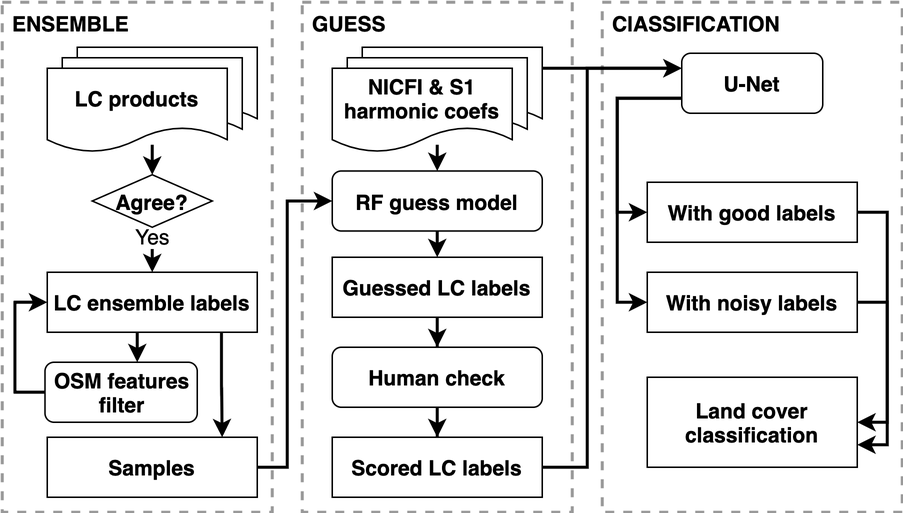
The draw.io diagram docs/figures/hrlcm_flowchart.png in LLeiSong/hrlcm, before a commit. Source tidied: cells renumbered, new cells last; positions are measured from the earlier drawing's top-left corner, leaving out a move shared by most shapes.
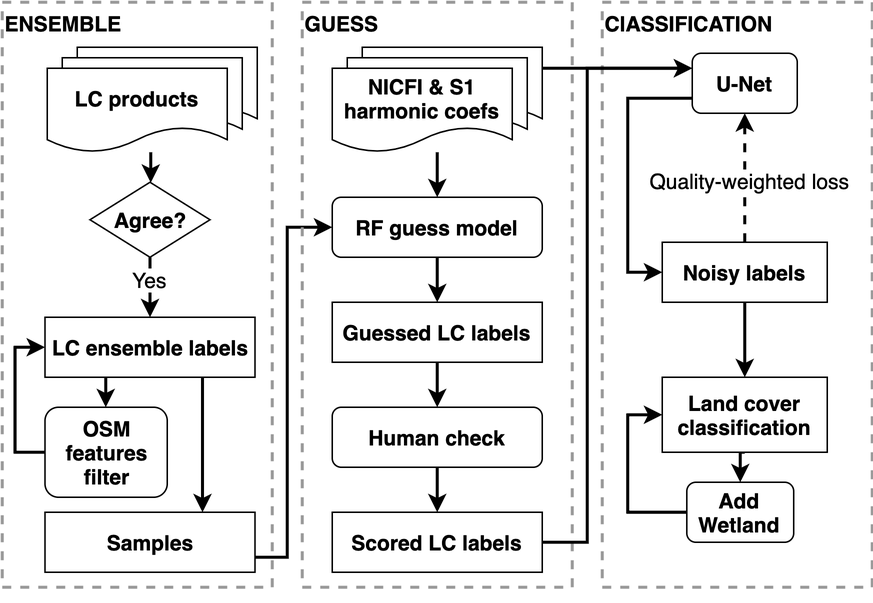
The same diagram one commit later.

The edit, as a diff of the source:
```diff
@@ -2,48 +2,99 @@
   <root>
     <mxCell id="0" />
     <mxCell id="1" parent="0" />
-    <mxCell id="2" value="ClASSIFICATION" style="rounded=0;whiteSpace=wrap;html=1;fontSize=14;align=left;verticalAlign=top;dashed=1;fontColor=#000000;fillColor=none;strokeWidth=2;fontStyle=1;strokeColor=#999999;spacingLeft=5;" parent="1" vertex="1">
-      <mxGeometry x="400" width="200" height="340" as="geometry" />
+    <mxCell id="2" value="ClASSIFICATION" style="rounded=0;whiteSpace=wrap;html=1;fontSize=14;align=left;verticalAlign=top;dashed=1;fontColor=#000000;fillColor=none;strokeWidth=2;fontStyle=1;strokeColor=#999999;" parent="1" vertex="1">
+      <mxGeometry x="400" width="180" height="390" as="geometry" />
     </mxCell>
     <mxCell id="3" style="edgeStyle=orthogonalEdgeStyle;rounded=0;jettySize=auto;html=1;fontSize=14;strokeWidth=2;entryX=0;entryY=0.5;entryDx=0;entryDy=0;" parent="1" edge="1" source="5" target="32">
       <mxGeometry relative="1" as="geometry">
         <Array as="points">
-          <mxPoint x="190" y="310" />
-          <mxPoint x="190" y="133" />
-          <mxPoint x="220" y="133" />
+          <mxPoint x="190" y="370" />
+          <mxPoint x="190" y="150" />
         </Array>
       </mxGeometry>
     </mxCell>
+    <mxCell id="41" style="group;" parent="1" vertex="1">
+      <mxGeometry x="220" y="30" width="170" height="370" as="geometry" />
+    </mxCell>
+    <mxCell id="26" value="GUESS" style="rounded=0;whiteSpace=wrap;html=1;fontSize=14;align=left;verticalAlign=top;dashed=1;fontColor=#000000;fillColor=none;strokeWidth=2;fontStyle=1;strokeColor=#999999;" parent="41" vertex="1">
+      <mxGeometry x="-20" y="-30" width="180" height="390" as="geometry" />
+    </mxCell>
+    <mxCell id="28" style="shape=document;whiteSpace=wrap;html=1;boundedLbl=1;" parent="41" vertex="1">
+      <mxGeometry x="20" width="120" height="56" as="geometry" />
+    </mxCell>
+    <mxCell id="29" style="shape=document;whiteSpace=wrap;html=1;boundedLbl=1;" parent="41" vertex="1">
+      <mxGeometry x="10" y="7" width="120" height="56" as="geometry" />
+    </mxCell>
+    <mxCell id="30" value="NICFI &amp;amp; S1 harmonic coefs" style="shape=document;whiteSpace=wrap;html=1;boundedLbl=1;fontSize=14;fontStyle=1;" parent="41" vertex="1">
+      <mxGeometry y="14" width="120" height="56" as="geometry" />
+    </mxCell>
+    <mxCell id="31" style="edgeStyle=orthogonalEdgeStyle;rounded=0;jettySize=auto;html=1;fontSize=14;strokeWidth=2;" parent="1" edge="1" source="32" target="34">
+      <mxGeometry relative="1" as="geometry" />
+    </mxCell>
+    <mxCell id="32" value="RF guess model" style="rounded=1;whiteSpace=wrap;html=1;fontSize=14;fontStyle=1;" parent="1" vertex="1">
+      <mxGeometry x="220" y="130" width="140" height="40" as="geometry" />
+    </mxCell>
+    <mxCell id="33" style="edgeStyle=orthogonalEdgeStyle;rounded=0;jettySize=auto;html=1;fontSize=14;strokeWidth=2;" parent="1" edge="1" source="30" target="32">
+      <mxGeometry relative="1" as="geometry">
+        <Array as="points">
+          <mxPoint x="290" y="110" />
+          <mxPoint x="290" y="110" />
+        </Array>
+      </mxGeometry>
+    </mxCell>
+    <mxCell id="39" style="edgeStyle=orthogonalEdgeStyle;rounded=0;jettySize=auto;html=1;fontSize=14;strokeWidth=2;" parent="1" edge="1" source="35" target="38">
+      <mxGeometry relative="1" as="geometry" />
+    </mxCell>
+    <mxCell id="35" value="Human check" style="rounded=1;whiteSpace=wrap;html=1;fontSize=14;fontStyle=1;" parent="1" vertex="1">
+      <mxGeometry x="220" y="270" width="140" height="40" as="geometry" />
+    </mxCell>
+    <mxCell id="36" style="edgeStyle=orthogonalEdgeStyle;rounded=0;jettySize=auto;html=1;fontSize=14;strokeWidth=2;" parent="1" edge="1" source="34" target="35">
+      <mxGeometry relative="1" as="geometry" />
+    </mxCell>
+    <mxCell id="34" value="Guessed LC labels" style="rounded=0;whiteSpace=wrap;html=1;fontSize=14;fontStyle=1;" parent="1" vertex="1">
+      <mxGeometry x="220" y="200" width="140" height="40" as="geometry" />
+    </mxCell>
+    <mxCell id="37" style="edgeStyle=orthogonalEdgeStyle;rounded=0;jettySize=auto;html=1;exitX=1;exitY=0.5;exitDx=0;exitDy=0;entryX=0;entryY=0.25;entryDx=0;entryDy=0;fontSize=14;strokeWidth=2;" parent="1" edge="1" source="38" target="20">
+      <mxGeometry relative="1" as="geometry">
+        <Array as="points">
+          <mxPoint x="390" y="360" />
+          <mxPoint x="390" y="44" />
+        </Array>
+      </mxGeometry>
+    </mxCell>
+    <mxCell id="38" value="Scored LC labels" style="rounded=0;whiteSpace=wrap;html=1;fontSize=14;fontStyle=1;" parent="1" vertex="1">
+      <mxGeometry x="220" y="340" width="140" height="40" as="geometry" />
+    </mxCell>
-    <mxCell id="4" value="ENSEMBLE" style="rounded=0;whiteSpace=wrap;html=1;fontSize=14;align=left;verticalAlign=top;dashed=1;fontColor=#000000;fillColor=none;strokeWidth=2;fontStyle=1;strokeColor=#999999;spacingLeft=5;" parent="1" vertex="1">
-      <mxGeometry width="180" height="340" as="geometry" />
+    <mxCell id="4" value="ENSEMBLE" style="rounded=0;whiteSpace=wrap;html=1;fontSize=14;align=left;verticalAlign=top;dashed=1;fontColor=#000000;fillColor=none;strokeWidth=2;fontStyle=1;strokeColor=#999999;" parent="1" vertex="1">
+      <mxGeometry width="180" height="390" as="geometry" />
     </mxCell>
     <mxCell id="5" value="Samples" style="rounded=0;whiteSpace=wrap;html=1;fontSize=14;fontStyle=1;" parent="1" vertex="1">
-      <mxGeometry x="30" y="290" width="140" height="40" as="geometry" />
+      <mxGeometry x="28.5" y="340" width="140" height="40" as="geometry" />
     </mxCell>
     <mxCell id="6" style="edgeStyle=orthogonalEdgeStyle;rounded=0;jettySize=auto;html=1;fontSize=14;strokeWidth=2;" parent="1" edge="1" source="8" target="17">
       <mxGeometry relative="1" as="geometry">
         <Array as="points">
-          <mxPoint x="90" y="230" />
-          <mxPoint x="90" y="230" />
+          <mxPoint x="69" y="260" />
+          <mxPoint x="69" y="260" />
         </Array>
       </mxGeometry>
     </mxCell>
-    <mxCell id="7" style="edgeStyle=orthogonalEdgeStyle;rounded=0;jettySize=auto;html=1;exitX=0.83;exitY=0.979;exitDx=0;exitDy=0;strokeWidth=2;exitPerimeter=0;entryX=0.833;entryY=0;entryDx=0;entryDy=0;entryPerimeter=0;" parent="1" edge="1" source="8" target="5">
+    <mxCell id="7" style="edgeStyle=orthogonalEdgeStyle;rounded=0;jettySize=auto;html=1;fontSize=14;strokeWidth=2;entryX=0.75;entryY=0;entryDx=0;entryDy=0;exitX=0.75;exitY=1;exitDx=0;exitDy=0;" parent="1" edge="1" source="8" target="5">
       <mxGeometry relative="1" as="geometry" />
     </mxCell>
     <mxCell id="8" value="LC ensemble labels" style="rounded=0;whiteSpace=wrap;html=1;fontSize=14;fontStyle=1;" parent="1" vertex="1">
-      <mxGeometry x="30" y="180" width="140" height="40" as="geometry" />
+      <mxGeometry x="28.5" y="210" width="140" height="40" as="geometry" />
     </mxCell>
     <mxCell id="9" style="edgeStyle=orthogonalEdgeStyle;rounded=0;jettySize=auto;html=1;fontSize=14;strokeWidth=2;" parent="1" edge="1" source="11" target="8">
       <mxGeometry relative="1" as="geometry" />
     </mxCell>
     <mxCell id="10" value="Yes" style="edgeLabel;html=1;align=center;verticalAlign=middle;fontSize=14;" parent="9" vertex="1">
       <mxGeometry x="0.2" y="-1" relative="1" as="geometry">
-        <mxPoint y="-5" as="offset" />
+        <mxPoint y="-10" as="offset" />
       </mxGeometry>
     </mxCell>
     <mxCell id="11" value="Agree?" style="rhombus;whiteSpace=wrap;html=1;fontSize=14;strokeWidth=1;fillColor=none;fontStyle=1;" parent="1" vertex="1">
-      <mxGeometry x="60" y="115" width="80" height="35" as="geometry" />
+      <mxGeometry x="58.5" y="120" width="80" height="50" as="geometry" />
     </mxCell>
     <mxCell id="12" style="group;" parent="1" vertex="1">
       <mxGeometry x="30" y="30" width="140" height="70" as="geometry" />
@@ -57,107 +108,62 @@
     <mxCell id="15" value="LC products" style="shape=document;whiteSpace=wrap;html=1;boundedLbl=1;fontSize=14;fontStyle=1;" parent="12" vertex="1">
       <mxGeometry y="14" width="120" height="56" as="geometry" />
     </mxCell>
+    <mxCell id="42" style="edgeStyle=orthogonalEdgeStyle;rounded=0;jettySize=auto;html=1;fontSize=14;strokeWidth=2;" parent="1" edge="1" source="15" target="11">
+      <mxGeometry relative="1" as="geometry">
+        <Array as="points">
+          <mxPoint x="99" y="110" />
+          <mxPoint x="99" y="110" />
+        </Array>
+      </mxGeometry>
+    </mxCell>
     <mxCell id="16" style="edgeStyle=orthogonalEdgeStyle;rounded=0;jettySize=auto;html=1;exitX=0;exitY=0.5;exitDx=0;exitDy=0;entryX=0;entryY=0.5;entryDx=0;entryDy=0;fontSize=14;strokeWidth=2;" parent="1" edge="1" source="17" target="8">
       <mxGeometry relative="1" as="geometry" />
     </mxCell>
     <mxCell id="17" value="OSM features filter" style="rounded=1;whiteSpace=wrap;html=1;fontSize=14;fontStyle=1;" parent="1" vertex="1">
-      <mxGeometry x="28.5" y="240" width="101.5" height="40" as="geometry" />
+      <mxGeometry x="28.5" y="270" width="81.5" height="60" as="geometry" />
     </mxCell>
     <mxCell id="18" style="edgeStyle=orthogonalEdgeStyle;rounded=0;jettySize=auto;html=1;exitX=0;exitY=0.75;exitDx=0;exitDy=0;entryX=0;entryY=0.5;entryDx=0;entryDy=0;fontSize=14;strokeWidth=2;" parent="1" edge="1" source="20" target="22">
       <mxGeometry relative="1" as="geometry">
         <Array as="points">
-          <mxPoint x="410" y="64" />
-          <mxPoint x="410" y="140" />
+          <mxPoint x="417" y="64" />
+          <mxPoint x="417" y="180" />
         </Array>
       </mxGeometry>
     </mxCell>
-    <mxCell id="19" style="edgeStyle=orthogonalEdgeStyle;rounded=0;jettySize=auto;html=1;exitX=0;exitY=0.75;exitDx=0;exitDy=0;entryX=0;entryY=0.5;entryDx=0;entryDy=0;fontSize=14;strokeWidth=2;" parent="1" edge="1" source="20" target="24">
-      <mxGeometry relative="1" as="geometry">
-        <Array as="points">
-          <mxPoint x="410" y="64" />
-          <mxPoint x="410" y="200" />
-        </Array>
-      </mxGeometry>
-    </mxCell>
     <mxCell id="20" value="U-Net" style="rounded=1;whiteSpace=wrap;html=1;fontSize=14;strokeColor=#000000;strokeWidth=1;fillColor=none;fontStyle=1;" parent="1" vertex="1">
-      <mxGeometry x="453" y="34" width="94" height="40" as="geometry" />
+      <mxGeometry x="460" y="34" width="70" height="40" as="geometry" />
     </mxCell>
+    <mxCell id="43" style="edgeStyle=orthogonalEdgeStyle;rounded=0;jettySize=auto;html=1;exitX=0.5;exitY=0;exitDx=0;exitDy=0;entryX=0.5;entryY=1;entryDx=0;entryDy=0;strokeWidth=2;dashed=1;" parent="1" edge="1" source="22" target="20">
+      <mxGeometry relative="1" as="geometry" />
+    </mxCell>
+    <mxCell id="44" value="Quality-weighted loss" style="edgeLabel;html=1;align=center;verticalAlign=middle;fontSize=14;" parent="43" vertex="1">
+      <mxGeometry x="-0.02" y="-2" relative="1" as="geometry" />
+    </mxCell>
-    <mxCell id="21" style="edgeStyle=orthogonalEdgeStyle;rounded=0;jettySize=auto;html=1;exitX=1;exitY=0.5;exitDx=0;exitDy=0;entryX=1;entryY=0.75;entryDx=0;entryDy=0;fontSize=14;strokeWidth=2;" parent="1" edge="1" source="22" target="25">
+    <mxCell id="21" style="edgeStyle=orthogonalEdgeStyle;rounded=0;jettySize=auto;html=1;exitX=0.5;exitY=1;exitDx=0;exitDy=0;entryX=0.5;entryY=0;entryDx=0;entryDy=0;strokeWidth=2;" parent="1" edge="1" source="22" target="25">
       <mxGeometry relative="1" as="geometry" />
     </mxCell>
-    <mxCell id="22" value="With good labels" style="rounded=0;whiteSpace=wrap;html=1;fontSize=14;fontStyle=1;" parent="1" vertex="1">
-      <mxGeometry x="430" y="120" width="140" height="40" as="geometry" />
+    <mxCell id="22" value="Noisy labels" style="rounded=0;whiteSpace=wrap;html=1;fontSize=14;fontStyle=1;" parent="1" vertex="1">
+      <mxGeometry x="440" y="160" width="110" height="40" as="geometry" />
     </mxCell>
-    <mxCell id="23" style="edgeStyle=orthogonalEdgeStyle;rounded=0;jettySize=auto;html=1;exitX=1;exitY=0.5;exitDx=0;exitDy=0;entryX=1;entryY=0.5;entryDx=0;entryDy=0;fontSize=14;strokeWidth=2;" parent="1" edge="1" source="24" target="25">
-      <mxGeometry relative="1" as="geometry" />
-    </mxCell>
-    <mxCell id="24" value="With noisy labels" style="rounded=0;whiteSpace=wrap;html=1;fontSize=14;fontStyle=1;" parent="1" vertex="1">
-      <mxGeometry x="430" y="180" width="140" height="40" as="geometry" />
-    </mxCell>
+    <mxCell id="27" style="edgeStyle=orthogonalEdgeStyle;rounded=0;jettySize=auto;html=1;exitX=1;exitY=0.25;exitDx=0;exitDy=0;entryX=0;entryY=0.25;entryDx=0;entryDy=0;fontSize=14;strokeWidth=2;" parent="1" edge="1" source="28" target="20">
+      <mxGeometry relative="1" as="geometry" />
+    </mxCell>
+    <mxCell id="45" style="edgeStyle=orthogonalEdgeStyle;rounded=0;jettySize=auto;html=1;exitX=0.5;exitY=1;exitDx=0;exitDy=0;entryX=0.5;entryY=0;entryDx=0;entryDy=0;fontSize=14;strokeWidth=2;" parent="1" edge="1" source="25" target="47">
+      <mxGeometry relative="1" as="geometry" />
+    </mxCell>
     <mxCell id="25" value="Land cover classification" style="rounded=0;whiteSpace=wrap;html=1;fontSize=14;fontStyle=1;" parent="1" vertex="1">
-      <mxGeometry x="430" y="250" width="140" height="60" as="geometry" />
+      <mxGeometry x="440" y="250" width="110" height="50" as="geometry" />
     </mxCell>
-    <mxCell id="26" value="GUESS" style="rounded=0;whiteSpace=wrap;html=1;fontSize=14;align=left;verticalAlign=top;dashed=1;fontColor=#000000;fillColor=none;strokeWidth=2;fontStyle=1;strokeColor=#999999;spacingLeft=5;" parent="1" vertex="1">
-      <mxGeometry x="200" width="180" height="340" as="geometry" />
-    </mxCell>
-    <mxCell id="27" style="edgeStyle=orthogonalEdgeStyle;rounded=0;jettySize=auto;html=1;exitX=1;exitY=0.25;exitDx=0;exitDy=0;entryX=0;entryY=0.25;entryDx=0;entryDy=0;strokeWidth=2;" parent="1" edge="1" source="28" target="20">
-      <mxGeometry relative="1" as="geometry" />
-    </mxCell>
-    <mxCell id="28" style="shape=document;whiteSpace=wrap;html=1;boundedLbl=1;" parent="1" vertex="1">
-      <mxGeometry x="240" y="30" width="120" height="56" as="geometry" />
-    </mxCell>
-    <mxCell id="29" style="shape=document;whiteSpace=wrap;html=1;boundedLbl=1;" parent="1" vertex="1">
-      <mxGeometry x="230" y="37" width="120" height="56" as="geometry" />
-    </mxCell>
-    <mxCell id="30" value="NICFI &amp;amp; S1 harmonic coefs" style="shape=document;whiteSpace=wrap;html=1;boundedLbl=1;fontSize=14;fontStyle=1;" parent="1" vertex="1">
-      <mxGeometry x="220" y="44" width="120" height="56" as="geometry" />
-    </mxCell>
-    <mxCell id="31" style="edgeStyle=orthogonalEdgeStyle;rounded=0;jettySize=auto;html=1;exitX=0.5;exitY=1;exitDx=0;exitDy=0;entryX=0.5;entryY=0;entryDx=0;entryDy=0;strokeWidth=2;" parent="1" edge="1" source="32" target="34">
-      <mxGeometry relative="1" as="geometry" />
-    </mxCell>
-    <mxCell id="32" value="RF guess model" style="rounded=1;whiteSpace=wrap;html=1;fontSize=14;fontStyle=1;" parent="1" vertex="1">
-      <mxGeometry x="220" y="112.5" width="140" height="40" as="geometry" />
-    </mxCell>
-    <mxCell id="33" style="edgeStyle=orthogonalEdgeStyle;rounded=0;jettySize=auto;html=1;fontSize=14;strokeWidth=2;" parent="1" edge="1" target="32">
-      <mxGeometry x="330" y="140" as="geometry">
-        <mxPoint x="290" y="95" as="sourcePoint" />
-        <Array as="points">
-          <mxPoint x="290" y="110" />
-          <mxPoint x="290" y="110" />
-        </Array>
-      </mxGeometry>
-    </mxCell>
-    <mxCell id="34" value="Guessed LC labels" style="rounded=0;whiteSpace=wrap;html=1;fontSize=14;fontStyle=1;" parent="1" vertex="1">
-      <mxGeometry x="220" y="170" width="140" height="40" as="geometry" />
-    </mxCell>
-    <mxCell id="35" value="Human check" style="rounded=1;whiteSpace=wrap;html=1;fontSize=14;fontStyle=1;" parent="1" vertex="1">
-      <mxGeometry x="220" y="230" width="140" height="40" as="geometry" />
-    </mxCell>
-    <mxCell id="36" style="edgeStyle=orthogonalEdgeStyle;rounded=0;jettySize=auto;html=1;fontSize=14;strokeWidth=2;" parent="1" edge="1" source="34" target="35">
-      <mxGeometry x="330" y="140" as="geometry" />
-    </mxCell>
-    <mxCell id="37" style="edgeStyle=orthogonalEdgeStyle;rounded=0;jettySize=auto;html=1;exitX=1;exitY=0.5;exitDx=0;exitDy=0;entryX=0;entryY=0.25;entryDx=0;entryDy=0;strokeWidth=2;" parent="1" edge="1" source="38" target="20">
-      <mxGeometry relative="1" as="geometry">
-        <Array as="points">
-          <mxPoint x="390" y="310" />
-          <mxPoint x="390" y="44" />
-        </Array>
-      </mxGeometry>
-    </mxCell>
-    <mxCell id="38" value="Scored LC labels" style="rounded=0;whiteSpace=wrap;html=1;fontSize=14;fontStyle=1;" parent="1" vertex="1">
-      <mxGeometry x="220" y="290" width="140" height="40" as="geometry" />
-    </mxCell>
-    <mxCell id="39" style="edgeStyle=orthogonalEdgeStyle;rounded=0;jettySize=auto;html=1;fontSize=14;strokeWidth=2;" parent="1" edge="1" source="35" target="38">
-      <mxGeometry x="330" y="140" as="geometry" />
-    </mxCell>
-    <mxCell id="40" style="edgeStyle=orthogonalEdgeStyle;rounded=0;jettySize=auto;html=1;fontSize=14;strokeWidth=2;entryX=0.5;entryY=0;entryDx=0;entryDy=0;" parent="1" edge="1" target="11">
-      <mxGeometry x="340" y="150" as="geometry">
-        <mxPoint x="100" y="95" as="sourcePoint" />
-        <Array as="points">
-          <mxPoint x="100" y="110" />
-          <mxPoint x="100" y="110" />
-        </Array>
-      </mxGeometry>
-    </mxCell>
+    <mxCell id="46" style="edgeStyle=orthogonalEdgeStyle;rounded=0;jettySize=auto;html=1;exitX=0;exitY=0.5;exitDx=0;exitDy=0;entryX=0;entryY=0.5;entryDx=0;entryDy=0;fontSize=14;strokeWidth=2;" parent="1" edge="1" source="47" target="25">
+      <mxGeometry relative="1" as="geometry">
+        <Array as="points">
+          <mxPoint x="417" y="340" />
+          <mxPoint x="417" y="275" />
+        </Array>
+      </mxGeometry>
+    </mxCell>
+    <mxCell id="47" value="Add Wetland" style="rounded=1;whiteSpace=wrap;html=1;fontSize=14;fontStyle=1;" parent="1" vertex="1">
+      <mxGeometry x="456.4" y="320" width="71.2" height="40" as="geometry" />
+    </mxCell>
   </root>
 </mxGraphModel>
```
